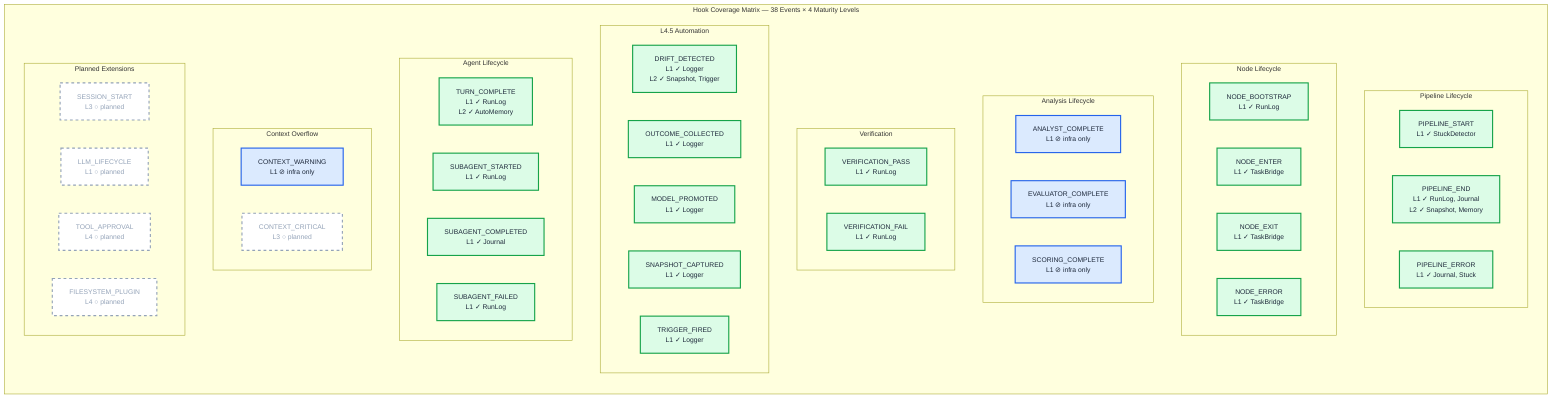
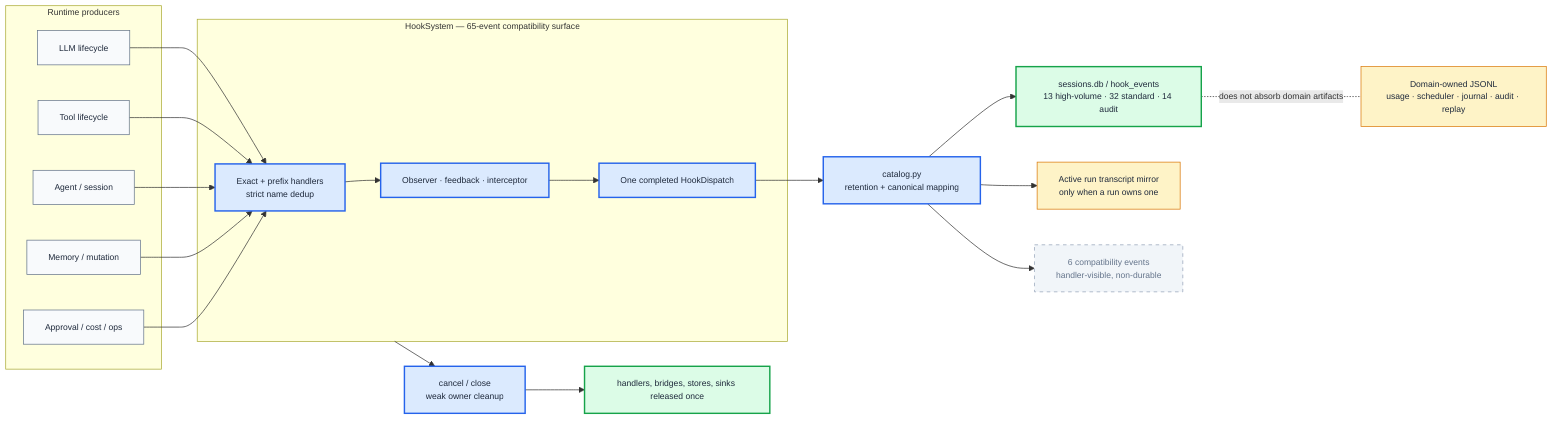
%%{init: {
  'theme': 'default',
  'themeVariables': {
    'fontSize': '12px',
    'fontFamily': 'arial'
  }
}}%%

- graph TD
-     classDef done fill:#dcfce7,stroke:#16a34a,color:#1e293b,stroke-width:2px
-     classDef infra fill:#dbeafe,stroke:#2563eb,color:#1e293b,stroke-width:2px
-     classDef planned fill:#fff,stroke:#94a3b8,color:#94a3b8,stroke-width:2px,stroke-dasharray:5 5
-     classDef none fill:#f8fafc,stroke:#e2e8f0,color:#cbd5e1,stroke-width:1px
-     classDef header fill:#1e293b,stroke:#1e293b,color:#fff,font-weight:bold
-     classDef dimHeader fill:#f1f5f9,stroke:#94a3b8,color:#475569,font-weight:bold
+ flowchart LR
+     classDef source fill:#f8fafc,stroke:#64748b,color:#1e293b,stroke-width:1px
+     classDef bus fill:#dbeafe,stroke:#2563eb,color:#1e293b,stroke-width:2px
+     classDef durable fill:#dcfce7,stroke:#16a34a,color:#1e293b,stroke-width:2px
+     classDef sidecar fill:#fef3c7,stroke:#d97706,color:#1e293b,stroke-width:1px
+     classDef transient fill:#f1f5f9,stroke:#94a3b8,color:#64748b,stroke-dasharray:5 5

-     subgraph MATRIX ["Hook Coverage Matrix — 38 Events × 4 Maturity Levels"]
-         direction TB
+     subgraph SOURCES["Runtime producers"]
+         LLM["LLM lifecycle"]:::source
+         TOOL["Tool lifecycle"]:::source
+         AGENT["Agent / session"]:::source
+         MEMORY["Memory / mutation"]:::source
+         OPS["Approval / cost / ops"]:::source
+     end

-         subgraph PIPELINE ["Pipeline Lifecycle"]
-             direction LR
-             P_START["PIPELINE_START<br/>L1 ✓ StuckDetector"]:::done
-             P_END["PIPELINE_END<br/>L1 ✓ RunLog, Journal<br/>L2 ✓ Snapshot, Memory"]:::done
-             P_ERR["PIPELINE_ERROR<br/>L1 ✓ Journal, Stuck"]:::done
-         end
+     subgraph DISPATCH["HookSystem — 65-event compatibility surface"]
+         REG["Exact + prefix handlers<br/>strict name dedup"]:::bus
+         MODES["Observer · feedback · interceptor"]:::bus
+         DONE["One completed HookDispatch"]:::bus
+         REG --> MODES --> DONE
+     end

-         subgraph NODE ["Node Lifecycle"]
-             direction LR
-             N_BOOT["NODE_BOOTSTRAP<br/>L1 ✓ RunLog"]:::done
-             N_ENTER["NODE_ENTER<br/>L1 ✓ TaskBridge"]:::done
-             N_EXIT["NODE_EXIT<br/>L1 ✓ TaskBridge"]:::done
-             N_ERR["NODE_ERROR<br/>L1 ✓ TaskBridge"]:::done
-         end
+     LLM --> REG
+     TOOL --> REG
+     AGENT --> REG
+     MEMORY --> REG
+     OPS --> REG

-         subgraph ANALYSIS ["Analysis Lifecycle"]
-             direction LR
-             A_ANA["ANALYST_COMPLETE<br/>L1 ⊘ infra only"]:::infra
-             A_EVAL["EVALUATOR_COMPLETE<br/>L1 ⊘ infra only"]:::infra
-             A_SCORE["SCORING_COMPLETE<br/>L1 ⊘ infra only"]:::infra
-         end
+     DONE --> POLICY["catalog.py<br/>retention + canonical mapping"]:::bus
+     POLICY --> SQL["sessions.db / hook_events<br/>13 high-volume · 32 standard · 14 audit"]:::durable
+     POLICY --> MIRROR["Active run transcript mirror<br/>only when a run owns one"]:::sidecar
+     POLICY --> COMPAT["6 compatibility events<br/>handler-visible, non-durable"]:::transient

-         subgraph VERIFY ["Verification"]
-             direction LR
-             V_PASS["VERIFICATION_PASS<br/>L1 ✓ RunLog"]:::done
-             V_FAIL["VERIFICATION_FAIL<br/>L1 ✓ RunLog"]:::done
-         end
+     JSONL["Domain-owned JSONL<br/>usage · scheduler · journal · audit · replay"]:::sidecar
+     SQL -. "does not absorb domain artifacts" .- JSONL

-         subgraph AUTOMATION ["L4.5 Automation"]
-             direction LR
-             AU_DRIFT["DRIFT_DETECTED<br/>L1 ✓ Logger<br/>L2 ✓ Snapshot, Trigger"]:::done
-             AU_OUT["OUTCOME_COLLECTED<br/>L1 ✓ Logger"]:::done
-             AU_MOD["MODEL_PROMOTED<br/>L1 ✓ Logger"]:::done
-             AU_SNAP["SNAPSHOT_CAPTURED<br/>L1 ✓ Logger"]:::done
-             AU_TRIG["TRIGGER_FIRED<br/>L1 ✓ Logger"]:::done
-         end
- 
-         subgraph AGENT ["Agent Lifecycle"]
-             direction LR
-             AG_TURN["TURN_COMPLETE<br/>L1 ✓ RunLog<br/>L2 ✓ AutoMemory"]:::done
-             AG_START["SUBAGENT_STARTED<br/>L1 ✓ RunLog"]:::done
-             AG_COMP["SUBAGENT_COMPLETED<br/>L1 ✓ Journal"]:::done
-             AG_FAIL["SUBAGENT_FAILED<br/>L1 ✓ RunLog"]:::done
-         end
- 
-         subgraph CONTEXT ["Context Overflow"]
-             direction LR
-             C_WARN["CONTEXT_WARNING<br/>L1 ⊘ infra only"]:::infra
-             C_CRIT["CONTEXT_CRITICAL<br/>L3 ○ planned"]:::planned
-         end
- 
-         subgraph PLANNED_GROUP ["Planned Extensions"]
-             direction LR
-             PL_SESSION["SESSION_START<br/>L3 ○ planned"]:::planned
-             PL_LLM["LLM_LIFECYCLE<br/>L1 ○ planned"]:::planned
-             PL_TOOL["TOOL_APPROVAL<br/>L4 ○ planned"]:::planned
-             PL_FS["FILESYSTEM_PLUGIN<br/>L4 ○ planned"]:::planned
-         end
-     end
+     CLOSE["cancel / close<br/>weak owner cleanup"]:::bus
+     DISPATCH --> CLOSE
+     CLOSE --> RELEASE["handlers, bridges, stores, sinks released once"]:::durable
